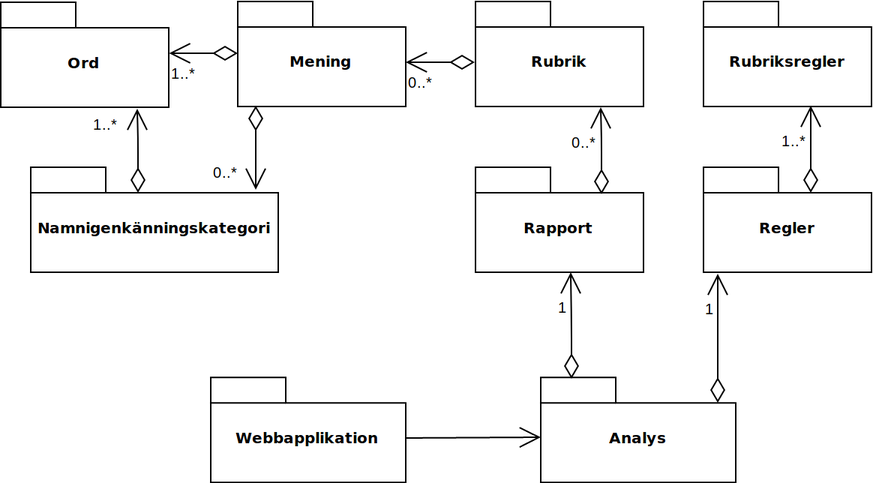
The draw.io diagram bilder/backendklasser.png in ellakk/examensarbete, before a commit. Source tidied: cells renumbered, new cells last; positions are measured from the earlier drawing's top-left corner, leaving out a move shared by most shapes. The source it was exported from:
```xml
<mxGraphModel background="#ffffff">
  <root>
    <mxCell id="0" />
    <mxCell id="1" parent="0" />
    <mxCell id="2" value="Ord" style="shape=folder;fontStyle=1;spacingTop=10;tabWidth=50;tabHeight=17;tabPosition=left;html=1;rounded=0;shadow=0;comic=0;labelBackgroundColor=none;strokeColor=#000000;strokeWidth=1;fillColor=#ffffff;fontFamily=Verdana;fontSize=10;fontColor=#000000;align=center;" parent="1" vertex="1">
      <mxGeometry width="112" height="70" as="geometry" />
    </mxCell>
    <mxCell id="3" value="Rubrik" style="shape=folder;fontStyle=1;spacingTop=10;tabWidth=50;tabHeight=17;tabPosition=left;html=1;rounded=0;shadow=0;comic=0;labelBackgroundColor=none;strokeColor=#000000;strokeWidth=1;fillColor=#ffffff;fontFamily=Verdana;fontSize=10;fontColor=#000000;align=center;" parent="1" vertex="1">
      <mxGeometry x="316.5" y="-0.5" width="112" height="70" as="geometry" />
    </mxCell>
    <mxCell id="4" value="Regler" style="shape=folder;fontStyle=1;spacingTop=10;tabWidth=50;tabHeight=17;tabPosition=left;html=1;rounded=0;shadow=0;comic=0;labelBackgroundColor=none;strokeColor=#000000;strokeWidth=1;fillColor=#ffffff;fontFamily=Verdana;fontSize=10;fontColor=#000000;align=center;" parent="1" vertex="1">
      <mxGeometry x="468.5" y="110" width="112" height="70" as="geometry" />
    </mxCell>
    <mxCell id="5" value="Rubriksregler" style="shape=folder;fontStyle=1;spacingTop=10;tabWidth=50;tabHeight=17;tabPosition=left;html=1;rounded=0;shadow=0;comic=0;labelBackgroundColor=none;strokeColor=#000000;strokeWidth=1;fillColor=#ffffff;fontFamily=Verdana;fontSize=10;fontColor=#000000;align=center;" parent="1" vertex="1">
      <mxGeometry x="468.5" y="-0.5" width="112" height="70" as="geometry" />
    </mxCell>
    <mxCell id="6" style="group;" parent="1" vertex="1">
      <mxGeometry x="360" y="250.1" width="130" height="70" as="geometry" />
    </mxCell>
    <mxCell id="7" value="Analys" style="shape=folder;fontStyle=1;spacingTop=10;tabWidth=50;tabHeight=17;tabPosition=left;html=1;rounded=0;shadow=0;comic=0;labelBackgroundColor=none;strokeColor=#000000;strokeWidth=1;fillColor=#ffffff;fontFamily=Verdana;fontSize=10;fontColor=#000000;align=center;" parent="6" vertex="1">
      <mxGeometry width="130" height="70" as="geometry" />
    </mxCell>
    <mxCell id="8" value="Namnigenkänningskategori" style="shape=folder;fontStyle=1;spacingTop=10;tabWidth=50;tabHeight=17;tabPosition=left;html=1;rounded=0;shadow=0;comic=0;labelBackgroundColor=none;strokeColor=#000000;strokeWidth=1;fillColor=#ffffff;fontFamily=Verdana;fontSize=10;fontColor=#000000;align=center;" parent="1" vertex="1">
      <mxGeometry x="20" y="110" width="165" height="70" as="geometry" />
    </mxCell>
    <mxCell id="9" value="Mening" style="shape=folder;fontStyle=1;spacingTop=10;tabWidth=50;tabHeight=17;tabPosition=left;html=1;rounded=0;shadow=0;comic=0;labelBackgroundColor=none;strokeColor=#000000;strokeWidth=1;fillColor=#ffffff;fontFamily=Verdana;fontSize=10;fontColor=#000000;align=center;" parent="1" vertex="1">
      <mxGeometry x="158" y="-0.5" width="112" height="70" as="geometry" />
    </mxCell>
    <mxCell id="10" value="Rapport" style="shape=folder;fontStyle=1;spacingTop=10;tabWidth=50;tabHeight=17;tabPosition=left;html=1;rounded=0;shadow=0;comic=0;labelBackgroundColor=none;strokeColor=#000000;strokeWidth=1;fillColor=#ffffff;fontFamily=Verdana;fontSize=10;fontColor=#000000;align=center;" parent="1" vertex="1">
      <mxGeometry x="316.5" y="110" width="112" height="70" as="geometry" />
    </mxCell>
    <mxCell id="11" style="group;" parent="1" vertex="1">
      <mxGeometry x="140" y="250.1" width="130" height="70" as="geometry" />
    </mxCell>
    <mxCell id="12" value="Webbapplikation" style="shape=folder;fontStyle=1;spacingTop=10;tabWidth=50;tabHeight=17;tabPosition=left;html=1;rounded=0;shadow=0;comic=0;labelBackgroundColor=none;strokeColor=#000000;strokeWidth=1;fillColor=#ffffff;fontFamily=Verdana;fontSize=10;fontColor=#000000;align=center;" parent="11" vertex="1">
      <mxGeometry width="130" height="70" as="geometry" />
    </mxCell>
    <mxCell id="13" style="endArrow=open;html=1;endSize=12;startArrow=diamondThin;startSize=14;startFill=0;edgeStyle=orthogonalEdgeStyle;entryX=0.567;entryY=1;entryDx=0;entryDy=0;entryPerimeter=0;exitX=0.158;exitY=0.01;exitDx=0;exitDy=0;exitPerimeter=0;" parent="1" edge="1" source="7" target="10">
      <mxGeometry relative="1" as="geometry" />
    </mxCell>
    <mxCell id="14" value="1" style="html=1;align=right;verticalAlign=top;labelBackgroundColor=#ffffff;fontSize=10;" parent="13" vertex="1">
      <mxGeometry x="1" relative="1" as="geometry">
        <mxPoint y="10" as="offset" />
      </mxGeometry>
    </mxCell>
    <mxCell id="15" style="endArrow=open;html=1;endSize=12;startArrow=diamondThin;startSize=14;startFill=0;edgeStyle=orthogonalEdgeStyle;entryX=0.087;entryY=1.017;entryDx=0;entryDy=0;entryPerimeter=0;exitX=0.909;exitY=0.245;exitDx=0;exitDy=0;exitPerimeter=0;" parent="1" edge="1" source="7" target="4">
      <mxGeometry relative="1" as="geometry" />
    </mxCell>
    <mxCell id="16" value="1" style="html=1;align=right;verticalAlign=top;labelBackgroundColor=#ffffff;fontSize=10;" parent="15" vertex="1">
      <mxGeometry x="1" relative="1" as="geometry">
        <mxPoint y="10" as="offset" />
      </mxGeometry>
    </mxCell>
    <mxCell id="17" style="endArrow=open;html=1;endSize=12;startArrow=diamondThin;startSize=14;startFill=0;edgeStyle=orthogonalEdgeStyle;exitX=0.751;exitY=0.257;exitDx=0;exitDy=0;exitPerimeter=0;" parent="1" edge="1" source="10">
      <mxGeometry relative="1" as="geometry">
        <mxPoint x="400" y="70" as="targetPoint" />
      </mxGeometry>
    </mxCell>
    <mxCell id="18" value="0..*" style="html=1;align=right;verticalAlign=top;labelBackgroundColor=#ffffff;fontSize=10;" parent="17" vertex="1">
      <mxGeometry x="1" relative="1" as="geometry">
        <mxPoint x="-1" y="10.5" as="offset" />
      </mxGeometry>
    </mxCell>
    <mxCell id="19" style="endArrow=open;html=1;endSize=12;startArrow=diamondThin;startSize=14;startFill=0;edgeStyle=orthogonalEdgeStyle;entryX=0.637;entryY=0.99;entryDx=0;entryDy=0;entryPerimeter=0;exitX=0.637;exitY=0.24;exitDx=0;exitDy=0;exitPerimeter=0;" parent="1" edge="1" source="4" target="5">
      <mxGeometry relative="1" as="geometry" />
    </mxCell>
    <mxCell id="20" value="1..*" style="html=1;align=right;verticalAlign=top;labelBackgroundColor=#ffffff;fontSize=10;" parent="19" vertex="1">
      <mxGeometry x="1" relative="1" as="geometry">
        <mxPoint x="-1" y="10.5" as="offset" />
      </mxGeometry>
    </mxCell>
    <mxCell id="21" style="endArrow=open;html=1;endSize=12;startArrow=diamondThin;startSize=14;startFill=0;edgeStyle=orthogonalEdgeStyle;entryX=1;entryY=0.579;entryDx=0;entryDy=0;entryPerimeter=0;" parent="1" edge="1" target="9">
      <mxGeometry relative="1" as="geometry">
        <mxPoint x="316" y="40" as="sourcePoint" />
      </mxGeometry>
    </mxCell>
    <mxCell id="22" value="0..*" style="html=1;align=right;verticalAlign=top;labelBackgroundColor=#ffffff;fontSize=10;" parent="21" vertex="1">
      <mxGeometry x="1" relative="1" as="geometry">
        <mxPoint x="20" as="offset" />
      </mxGeometry>
    </mxCell>
    <mxCell id="23" style="endArrow=open;html=1;endSize=12;startArrow=diamondThin;startSize=14;startFill=0;edgeStyle=orthogonalEdgeStyle;entryX=1;entryY=0.579;entryDx=0;entryDy=0;entryPerimeter=0;" parent="1" edge="1">
      <mxGeometry relative="1" as="geometry">
        <mxPoint x="158" y="34" as="sourcePoint" />
        <mxPoint x="112.2" y="34" as="targetPoint" />
      </mxGeometry>
    </mxCell>
    <mxCell id="24" value="1..*" style="html=1;align=right;verticalAlign=top;labelBackgroundColor=#ffffff;fontSize=10;" parent="23" vertex="1">
      <mxGeometry x="1" relative="1" as="geometry">
        <mxPoint x="20" as="offset" />
      </mxGeometry>
    </mxCell>
    <mxCell id="25" style="endArrow=open;html=1;endSize=12;startArrow=diamondThin;startSize=14;startFill=0;edgeStyle=orthogonalEdgeStyle;exitX=0.433;exitY=0.24;exitDx=0;exitDy=0;exitPerimeter=0;entryX=0.813;entryY=1.017;entryDx=0;entryDy=0;entryPerimeter=0;" parent="1" edge="1" source="8" target="2">
      <mxGeometry relative="1" as="geometry" />
    </mxCell>
    <mxCell id="26" value="1..*" style="html=1;align=right;verticalAlign=top;labelBackgroundColor=#ffffff;fontSize=10;" parent="25" vertex="1">
      <mxGeometry x="1" relative="1" as="geometry">
        <mxPoint x="-11" y="-3" as="offset" />
      </mxGeometry>
    </mxCell>
    <mxCell id="27" style="endArrow=open;html=1;endSize=12;startArrow=diamondThin;startSize=14;startFill=0;edgeStyle=orthogonalEdgeStyle;exitX=0.105;exitY=0.99;exitDx=0;exitDy=0;exitPerimeter=0;entryX=0.908;entryY=0.217;entryDx=0;entryDy=0;entryPerimeter=0;" parent="1" edge="1" source="9" target="8">
      <mxGeometry relative="1" as="geometry" />
    </mxCell>
    <mxCell id="28" value="0..*" style="html=1;align=right;verticalAlign=top;labelBackgroundColor=#ffffff;fontSize=10;" parent="27" vertex="1">
      <mxGeometry x="1" relative="1" as="geometry">
        <mxPoint x="-10" y="-25" as="offset" />
      </mxGeometry>
    </mxCell>
    <mxCell id="29" style="endArrow=open;endFill=1;endSize=12;html=1;entryX=0;entryY=0.57;entryDx=0;entryDy=0;entryPerimeter=0;exitX=1.001;exitY=0.579;exitDx=0;exitDy=0;exitPerimeter=0;" parent="1" edge="1" source="12" target="7">
      <mxGeometry relative="1" as="geometry" />
    </mxCell>
  </root>
</mxGraphModel>
```
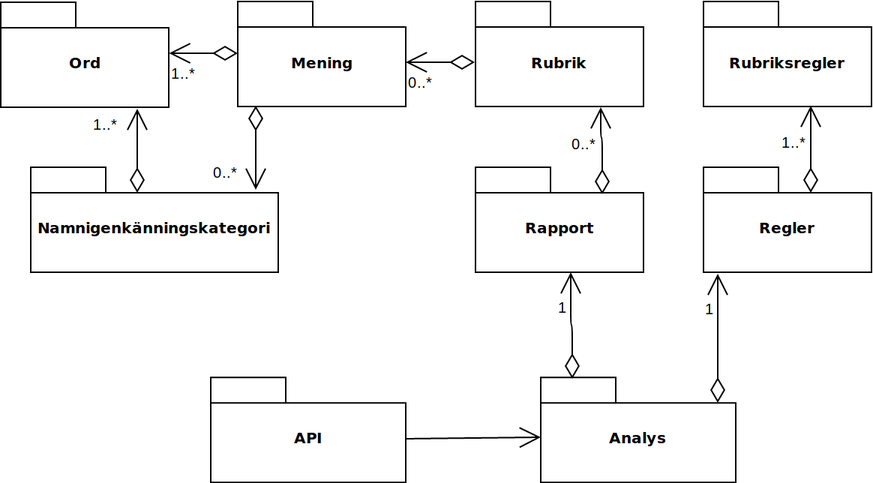
The same file after the commit.

The edit, as a diff of the source:
```diff
@@ -32,7 +32,7 @@
     <mxCell id="11" style="group;" parent="1" vertex="1">
       <mxGeometry x="140" y="250.1" width="130" height="70" as="geometry" />
     </mxCell>
-    <mxCell id="12" value="Webbapplikation" style="shape=folder;fontStyle=1;spacingTop=10;tabWidth=50;tabHeight=17;tabPosition=left;html=1;rounded=0;shadow=0;comic=0;labelBackgroundColor=none;strokeColor=#000000;strokeWidth=1;fillColor=#ffffff;fontFamily=Verdana;fontSize=10;fontColor=#000000;align=center;" parent="11" vertex="1">
+    <mxCell id="12" value="API" style="shape=folder;fontStyle=1;spacingTop=10;tabWidth=50;tabHeight=17;tabPosition=left;html=1;rounded=0;shadow=0;comic=0;labelBackgroundColor=none;strokeColor=#000000;strokeWidth=1;fillColor=#ffffff;fontFamily=Verdana;fontSize=10;fontColor=#000000;align=center;" parent="11" vertex="1">
       <mxGeometry width="130" height="70" as="geometry" />
     </mxCell>
     <mxCell id="13" style="endArrow=open;html=1;endSize=12;startArrow=diamondThin;startSize=14;startFill=0;edgeStyle=orthogonalEdgeStyle;entryX=0.567;entryY=1;entryDx=0;entryDy=0;entryPerimeter=0;exitX=0.158;exitY=0.01;exitDx=0;exitDy=0;exitPerimeter=0;" parent="1" edge="1" source="7" target="10">
```
